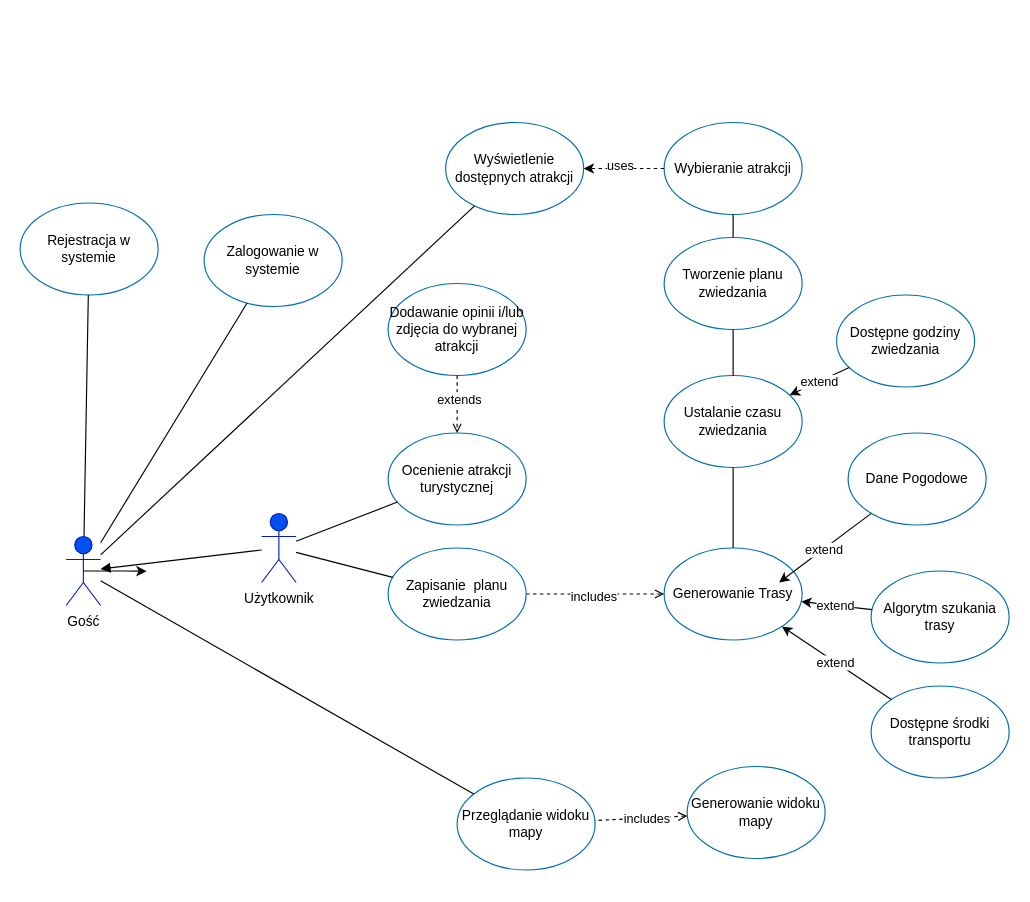
The draw.io diagram Documentation/attachments/Użytkownik.drawio in EngineerDiplomaTeam/city-map-planner, before the edit. Source tidied: cells renumbered, new cells numbered last; positions are measured from the earlier drawing's top-left corner, leaving out a move shared by most shapes. Both pictures are drawn from the tidied source at 115%, with x=0, y=0 at pixel (20, 122).
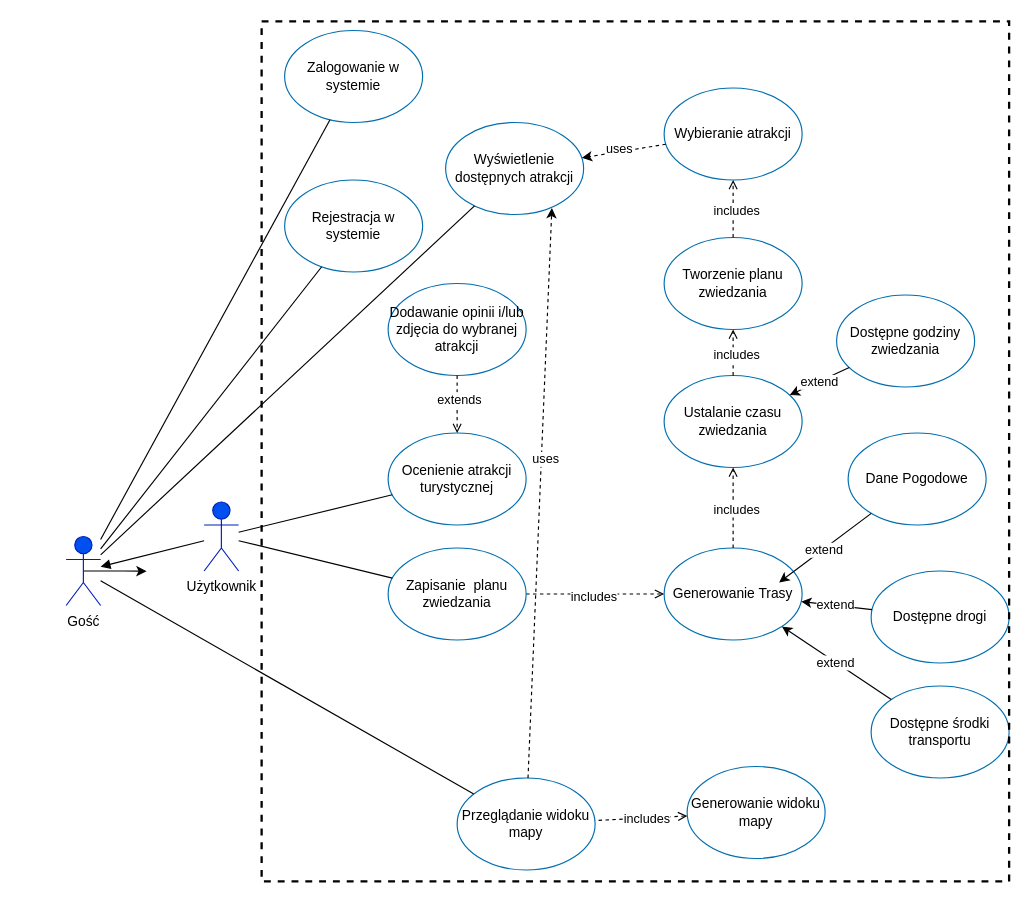
The same diagram, later.

Unchanged cells that the change refers to:
```xml
<mxCell id="3" value="&lt;font color=&quot;#000000&quot;&gt;Przeglądanie widoku mapy&lt;/font&gt;" style="ellipse;whiteSpace=wrap;html=1;fillColor=none;fontColor=default;strokeColor=#006EAF;labelBackgroundColor=none;labelBorderColor=none;labelPosition=center;verticalLabelPosition=middle;align=center;verticalAlign=middle;" parent="1" vertex="1">
  <mxGeometry x="380" y="570" width="120" height="80" as="geometry" />
</mxCell>
<mxCell id="10" value="&lt;font color=&quot;#000000&quot;&gt;Wyświetlenie dostępnych atrakcji&lt;/font&gt;" style="ellipse;whiteSpace=wrap;html=1;fillColor=none;fontColor=default;strokeColor=#006EAF;labelBackgroundColor=none;labelBorderColor=none;labelPosition=center;verticalLabelPosition=middle;align=center;verticalAlign=middle;" parent="1" vertex="1">
  <mxGeometry x="370" width="120" height="80" as="geometry" />
</mxCell>
<mxCell id="29" value="Tworzenie planu zwiedzania" style="ellipse;whiteSpace=wrap;html=1;fillColor=none;fontColor=default;strokeColor=#006EAF;labelBackgroundColor=none;labelBorderColor=none;labelPosition=center;verticalLabelPosition=middle;align=center;verticalAlign=middle;" parent="1" vertex="1">
  <mxGeometry x="560" y="100" width="120" height="80" as="geometry" />
</mxCell>
<mxCell id="31" value="Ustalanie czasu zwiedzania" style="ellipse;whiteSpace=wrap;html=1;fillColor=none;fontColor=default;strokeColor=#006EAF;labelBackgroundColor=none;labelBorderColor=none;labelPosition=center;verticalLabelPosition=middle;align=center;verticalAlign=middle;" parent="1" vertex="1">
  <mxGeometry x="560" y="220" width="120" height="80" as="geometry" />
</mxCell>
<mxCell id="32" value="Generowanie Trasy" style="ellipse;whiteSpace=wrap;html=1;fillColor=none;fontColor=default;strokeColor=#006EAF;labelBackgroundColor=none;labelBorderColor=none;labelPosition=center;verticalLabelPosition=middle;align=center;verticalAlign=middle;" parent="1" vertex="1">
  <mxGeometry x="560" y="370" width="120" height="80" as="geometry" />
</mxCell>
```

Change to the diagram source:
```diff
@@
     <mxCell id="2" value="Użytkownik" style="shape=umlActor;verticalLabelPosition=bottom;verticalAlign=top;html=1;outlineConnect=0;fillColor=#0050ef;fontColor=#000000;strokeColor=#001DBC;" parent="1" vertex="1">
-      <mxGeometry x="210" y="340" width="30" height="60" as="geometry" />
+      <mxGeometry x="160" y="330" width="30" height="60" as="geometry" />
     </mxCell>
@@
     <mxCell id="5" value="&lt;font color=&quot;#000000&quot;&gt;Zalogowanie w systemie&lt;/font&gt;" style="ellipse;whiteSpace=wrap;html=1;fillColor=none;fontColor=default;strokeColor=#006EAF;labelBackgroundColor=none;labelBorderColor=none;labelPosition=center;verticalLabelPosition=middle;align=center;verticalAlign=middle;" parent="1" vertex="1">
-      <mxGeometry x="160" y="80" width="120" height="80" as="geometry" />
+      <mxGeometry x="230" y="-80" width="120" height="80" as="geometry" />
     </mxCell>
     <mxCell id="6" value="&lt;font color=&quot;#000000&quot;&gt;Rejestracja w systemie&lt;/font&gt;" style="ellipse;whiteSpace=wrap;html=1;fillColor=none;fontColor=default;strokeColor=#006EAF;labelBackgroundColor=none;labelBorderColor=none;labelPosition=center;verticalLabelPosition=middle;align=center;verticalAlign=middle;" parent="1" vertex="1">
-      <mxGeometry y="70" width="120" height="80" as="geometry" />
+      <mxGeometry x="230" y="50" width="120" height="80" as="geometry" />
     </mxCell>
@@
     <mxCell id="20" value="&lt;font color=&quot;#000000&quot;&gt;Wybieranie atrakcji&lt;/font&gt;" style="ellipse;whiteSpace=wrap;html=1;fillColor=none;fontColor=default;strokeColor=#006EAF;labelBackgroundColor=none;labelBorderColor=none;labelPosition=center;verticalLabelPosition=middle;align=center;verticalAlign=middle;" parent="1" vertex="1">
-      <mxGeometry x="560" width="120" height="80" as="geometry" />
+      <mxGeometry x="560" y="-30" width="120" height="80" as="geometry" />
     </mxCell>
@@
-    <mxCell id="30" style="endArrow=none;html=1;rounded=0;strokeColor=#000000;endFill=0;" parent="1" edge="1" source="20" target="29">
-      <mxGeometry relative="1" as="geometry" />
-    </mxCell>
@@
-    <mxCell id="33" style="endArrow=none;html=1;rounded=0;" parent="1" edge="1" source="31" target="29">
-      <mxGeometry relative="1" as="geometry" />
-    </mxCell>
-    <mxCell id="34" style="endArrow=none;html=1;rounded=0;" parent="1" edge="1" source="32" target="31">
-      <mxGeometry relative="1" as="geometry" />
-    </mxCell>
@@
-    <mxCell id="41" value="Algorytm szukania trasy" style="ellipse;whiteSpace=wrap;html=1;fillColor=none;fontColor=default;strokeColor=#006EAF;labelBackgroundColor=none;labelBorderColor=none;labelPosition=center;verticalLabelPosition=middle;align=center;verticalAlign=middle;" parent="1" vertex="1">
+    <mxCell id="41" value="Dostępne drogi" style="ellipse;whiteSpace=wrap;html=1;fillColor=none;fontColor=default;strokeColor=#006EAF;labelBackgroundColor=none;labelBorderColor=none;labelPosition=center;verticalLabelPosition=middle;align=center;verticalAlign=middle;" parent="1" vertex="1">
       <mxGeometry x="740" y="390" width="120" height="80" as="geometry" />
     </mxCell>
@@
+    <mxCell id="47" style="rounded=0;whiteSpace=wrap;html=1;fillColor=none;strokeWidth=2;dashed=1;" parent="1" vertex="1">
+      <mxGeometry x="210" y="-88" width="650" height="748" as="geometry" />
+    </mxCell>
+    <mxCell id="48" style="endArrow=classic;html=1;rounded=0;strokeColor=#000000;endFill=1;dashed=1;entryX=0.77;entryY=0.93;entryDx=0;entryDy=0;entryPerimeter=0;" parent="1" edge="1" source="3" target="10">
+      <mxGeometry relative="1" as="geometry" />
+    </mxCell>
+    <mxCell id="49" value="uses" style="edgeLabel;html=1;align=center;verticalAlign=middle;" parent="48" vertex="1">
+      <mxGeometry x="0.12" y="-3" relative="1" as="geometry" />
+    </mxCell>
+    <mxCell id="34" style="endArrow=open;html=1;rounded=0;strokeColor=#000000;endFill=0;dashed=1;" parent="1" edge="1" source="32" target="31">
+      <mxGeometry relative="1" as="geometry" />
+    </mxCell>
+    <mxCell id="50" value="includes" style="edgeLabel;html=1;align=center;verticalAlign=middle;" parent="34" vertex="1">
+      <mxGeometry x="-0.03" y="-2" relative="1" as="geometry" />
+    </mxCell>
+    <mxCell id="33" style="endArrow=open;html=1;rounded=0;strokeColor=#000000;endFill=0;dashed=1;" parent="1" edge="1" source="31" target="29">
+      <mxGeometry relative="1" as="geometry" />
+    </mxCell>
+    <mxCell id="51" value="includes" style="edgeLabel;html=1;align=center;verticalAlign=middle;" parent="33" vertex="1">
+      <mxGeometry x="-0.03" y="-2" relative="1" as="geometry" />
+    </mxCell>
+    <mxCell id="52" style="endArrow=open;html=1;rounded=0;strokeColor=#000000;endFill=0;dashed=1;" parent="1" edge="1" source="29" target="20">
+      <mxGeometry relative="1" as="geometry" />
+    </mxCell>
+    <mxCell id="53" value="includes" style="edgeLabel;html=1;align=center;verticalAlign=middle;" parent="52" vertex="1">
+      <mxGeometry x="-0.03" y="-2" relative="1" as="geometry" />
+    </mxCell>
```
